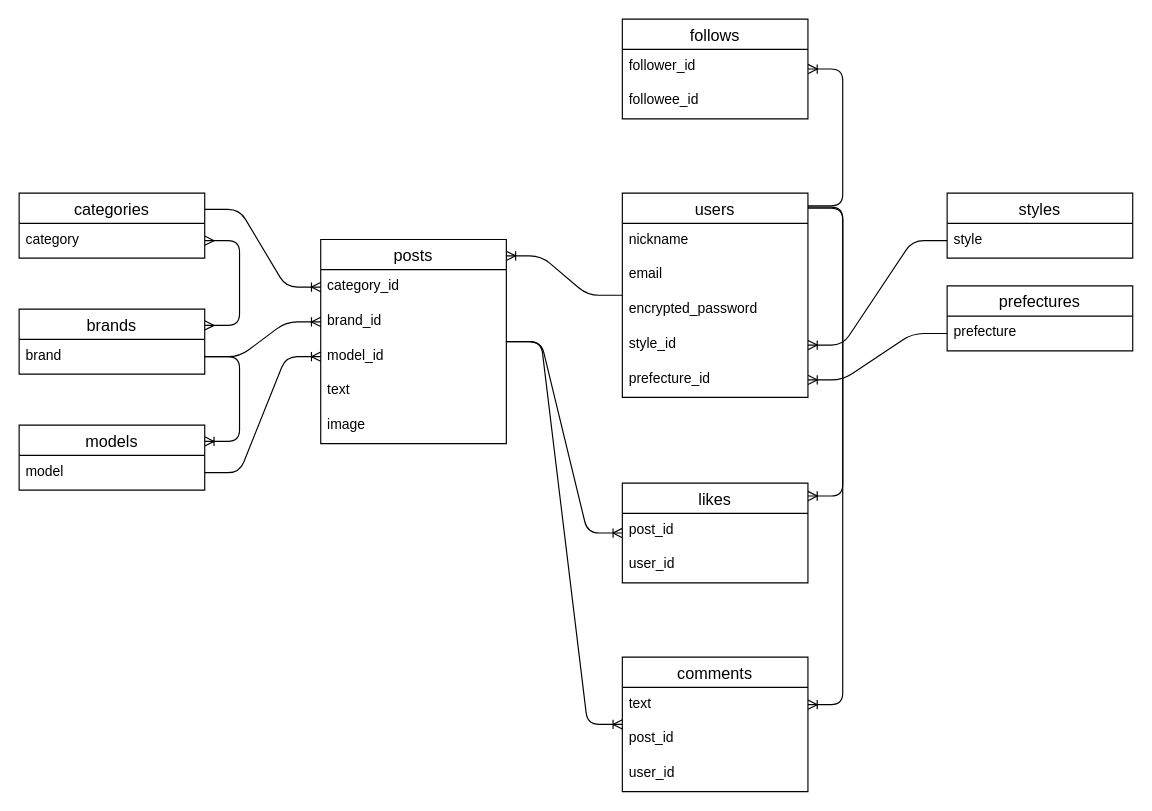
Above: campfuel.dio in troymich123/camp-pro (draw.io), before the change. Source tidied: cells renumbered, new cells numbered last; positions are measured from the earlier drawing's top-left corner, leaving out a move shared by most shapes. Both pictures are drawn from the tidied source at 116%, with x=0, y=0 at pixel (19, 19).
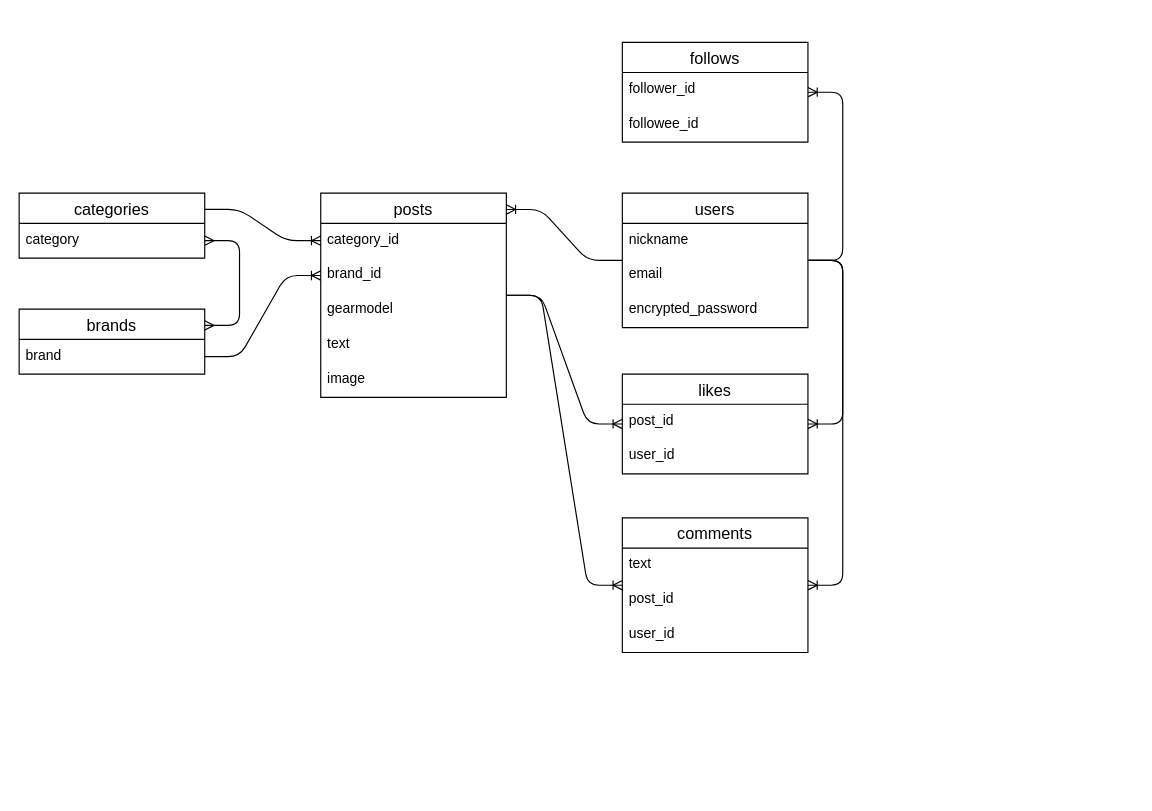
After the change.

Unchanged cells that the change refers to:
```xml
<mxCell id="18" value="text" style="text;strokeColor=none;fillColor=none;spacingLeft=4;spacingRight=4;overflow=hidden;points=[[0,0.5],[1,0.5]];portConstraint=eastwest;fontSize=12;" parent="17" vertex="1">
  <mxGeometry y="26" width="160" height="30" as="geometry" />
</mxCell>
<mxCell id="26" value="brand" style="text;strokeColor=none;fillColor=none;spacingLeft=4;spacingRight=4;overflow=hidden;points=[[0,0.5],[1,0.5]];portConstraint=eastwest;fontSize=12;" parent="25" vertex="1">
  <mxGeometry y="26" width="160" height="30" as="geometry" />
</mxCell>
```

What changed in the source:
```diff
@@
     <mxCell id="2" value="posts" style="swimlane;fontStyle=0;horizontal=1;startSize=26;align=center;fontSize=14;" parent="1" vertex="1">
-      <mxGeometry x="260" y="190" width="160" height="176" as="geometry" />
+      <mxGeometry x="260" y="150" width="160" height="176" as="geometry" />
     </mxCell>
@@
-    <mxCell id="5" value="model_id" style="text;strokeColor=none;fillColor=none;spacingLeft=4;spacingRight=4;overflow=hidden;points=[[0,0.5],[1,0.5]];portConstraint=eastwest;fontSize=12;" parent="2" vertex="1">
+    <mxCell id="5" value="gearmodel" style="text;strokeColor=none;fillColor=none;spacingLeft=4;spacingRight=4;overflow=hidden;points=[[0,0.5],[1,0.5]];portConstraint=eastwest;fontSize=12;" parent="2" vertex="1">
       <mxGeometry y="86" width="160" height="30" as="geometry" />
     </mxCell>
@@
     <mxCell id="8" value="users" style="swimlane;fontStyle=0;horizontal=1;startSize=26;align=center;fontSize=14;" parent="1" vertex="1">
-      <mxGeometry x="520" y="150" width="160" height="176" as="geometry" />
+      <mxGeometry x="520" y="150" width="160" height="116" as="geometry" />
     </mxCell>
@@
-    <mxCell id="12" value="style_id" style="text;strokeColor=none;fillColor=none;spacingLeft=4;spacingRight=4;overflow=hidden;points=[[0,0.5],[1,0.5]];portConstraint=eastwest;fontSize=12;" parent="8" vertex="1">
-      <mxGeometry y="116" width="160" height="30" as="geometry" />
-    </mxCell>
-    <mxCell id="13" value="prefecture_id" style="text;strokeColor=none;fillColor=none;spacingLeft=4;spacingRight=4;overflow=hidden;points=[[0,0.5],[1,0.5]];portConstraint=eastwest;fontSize=12;" parent="8" vertex="1">
-      <mxGeometry y="146" width="160" height="30" as="geometry" />
-    </mxCell>
     <mxCell id="14" value="likes" style="swimlane;fontStyle=0;horizontal=1;startSize=26;align=center;fontSize=14;" parent="1" vertex="1">
-      <mxGeometry x="520" y="400" width="160" height="86" as="geometry" />
+      <mxGeometry x="520" y="306" width="160" height="86" as="geometry" />
     </mxCell>
@@
     <mxCell id="17" value="comments" style="swimlane;fontStyle=0;horizontal=1;startSize=26;align=center;fontSize=14;" parent="1" vertex="1">
-      <mxGeometry x="520" y="550" width="160" height="116" as="geometry" />
+      <mxGeometry x="520" y="430" width="160" height="116" as="geometry" />
     </mxCell>
@@
-    <mxCell id="21" value="styles" style="swimlane;fontStyle=0;horizontal=1;startSize=26;align=center;fontSize=14;" parent="1" vertex="1">
-      <mxGeometry x="800" y="150" width="160" height="56" as="geometry" />
-    </mxCell>
-    <mxCell id="22" value="style" style="text;strokeColor=none;fillColor=none;spacingLeft=4;spacingRight=4;overflow=hidden;points=[[0,0.5],[1,0.5]];portConstraint=eastwest;fontSize=12;" parent="21" vertex="1">
-      <mxGeometry y="26" width="160" height="30" as="geometry" />
-    </mxCell>
@@
-    <mxCell id="27" value="models" style="swimlane;fontStyle=0;horizontal=1;startSize=26;align=center;fontSize=14;" parent="1" vertex="1">
-      <mxGeometry y="350" width="160" height="56" as="geometry" />
-    </mxCell>
-    <mxCell id="28" value="model" style="text;strokeColor=none;fillColor=none;spacingLeft=4;spacingRight=4;overflow=hidden;points=[[0,0.5],[1,0.5]];portConstraint=eastwest;fontSize=12;" parent="27" vertex="1">
-      <mxGeometry y="26" width="160" height="30" as="geometry" />
-    </mxCell>
@@
-    <mxCell id="31" style="edgeStyle=entityRelationEdgeStyle;fontSize=12;html=1;endArrow=ERoneToMany;exitX=1;exitY=0.5;exitDx=0;exitDy=0;entryX=1;entryY=0.25;entryDx=0;entryDy=0;" parent="1" edge="1" source="26" target="27">
-      <mxGeometry relative="1" as="geometry" />
-    </mxCell>
@@
-    <mxCell id="33" style="edgeStyle=entityRelationEdgeStyle;fontSize=12;html=1;endArrow=ERoneToMany;exitX=1;exitY=0.5;exitDx=0;exitDy=0;entryX=0;entryY=0.5;entryDx=0;entryDy=0;" parent="1" edge="1" source="28" target="5">
-      <mxGeometry relative="1" as="geometry" />
-    </mxCell>
-    <mxCell id="34" value="prefectures" style="swimlane;fontStyle=0;horizontal=1;startSize=26;align=center;fontSize=14;" parent="1" vertex="1">
-      <mxGeometry x="800" y="230" width="160" height="56" as="geometry" />
-    </mxCell>
-    <mxCell id="35" value="prefecture" style="text;strokeColor=none;fillColor=none;spacingLeft=4;spacingRight=4;overflow=hidden;points=[[0,0.5],[1,0.5]];portConstraint=eastwest;fontSize=12;" parent="34" vertex="1">
-      <mxGeometry y="26" width="160" height="30" as="geometry" />
-    </mxCell>
-    <mxCell id="36" style="edgeStyle=entityRelationEdgeStyle;fontSize=12;html=1;endArrow=ERoneToMany;entryX=1;entryY=0.5;entryDx=0;entryDy=0;exitX=0;exitY=0.5;exitDx=0;exitDy=0;" parent="1" edge="1" source="35" target="13">
-      <mxGeometry relative="1" as="geometry" />
-    </mxCell>
-    <mxCell id="37" style="edgeStyle=entityRelationEdgeStyle;fontSize=12;html=1;endArrow=ERoneToMany;entryX=1;entryY=0.5;entryDx=0;entryDy=0;exitX=0;exitY=0.5;exitDx=0;exitDy=0;" parent="1" edge="1" source="22" target="12">
-      <mxGeometry relative="1" as="geometry" />
-    </mxCell>
-    <mxCell id="38" style="edgeStyle=entityRelationEdgeStyle;fontSize=12;html=1;endArrow=ERoneToMany;entryX=1;entryY=0.129;entryDx=0;entryDy=0;exitX=1;exitY=0.074;exitDx=0;exitDy=0;exitPerimeter=0;entryPerimeter=0;" parent="1" edge="1" source="8" target="14">
+    <mxCell id="38" style="edgeStyle=entityRelationEdgeStyle;fontSize=12;html=1;endArrow=ERoneToMany;" parent="1" edge="1" source="8" target="14">
       <mxGeometry relative="1" as="geometry" />
     </mxCell>
@@
-    <mxCell id="42" style="edgeStyle=entityRelationEdgeStyle;fontSize=12;html=1;endArrow=ERoneToMany;" parent="1" edge="1" target="18">
-      <mxGeometry relative="1" as="geometry">
-        <mxPoint x="680" y="162" as="sourcePoint" />
-      </mxGeometry>
+    <mxCell id="42" style="edgeStyle=entityRelationEdgeStyle;fontSize=12;html=1;endArrow=ERoneToMany;" parent="1" edge="1" source="8" target="17">
+      <mxGeometry relative="1" as="geometry" />
     </mxCell>
     <mxCell id="43" value="follows" style="swimlane;fontStyle=0;horizontal=1;startSize=26;align=center;fontSize=14;" parent="1" vertex="1">
-      <mxGeometry x="520" width="160" height="86" as="geometry" />
+      <mxGeometry x="520" y="20" width="160" height="86" as="geometry" />
     </mxCell>
@@
-    <mxCell id="46" style="edgeStyle=entityRelationEdgeStyle;fontSize=12;html=1;endArrow=ERoneToMany;" parent="1" edge="1" target="43">
-      <mxGeometry relative="1" as="geometry">
-        <mxPoint x="680" y="161" as="sourcePoint" />
-      </mxGeometry>
+    <mxCell id="46" style="edgeStyle=entityRelationEdgeStyle;fontSize=12;html=1;endArrow=ERoneToMany;" parent="1" edge="1" source="8" target="43">
+      <mxGeometry relative="1" as="geometry" />
     </mxCell>
```
